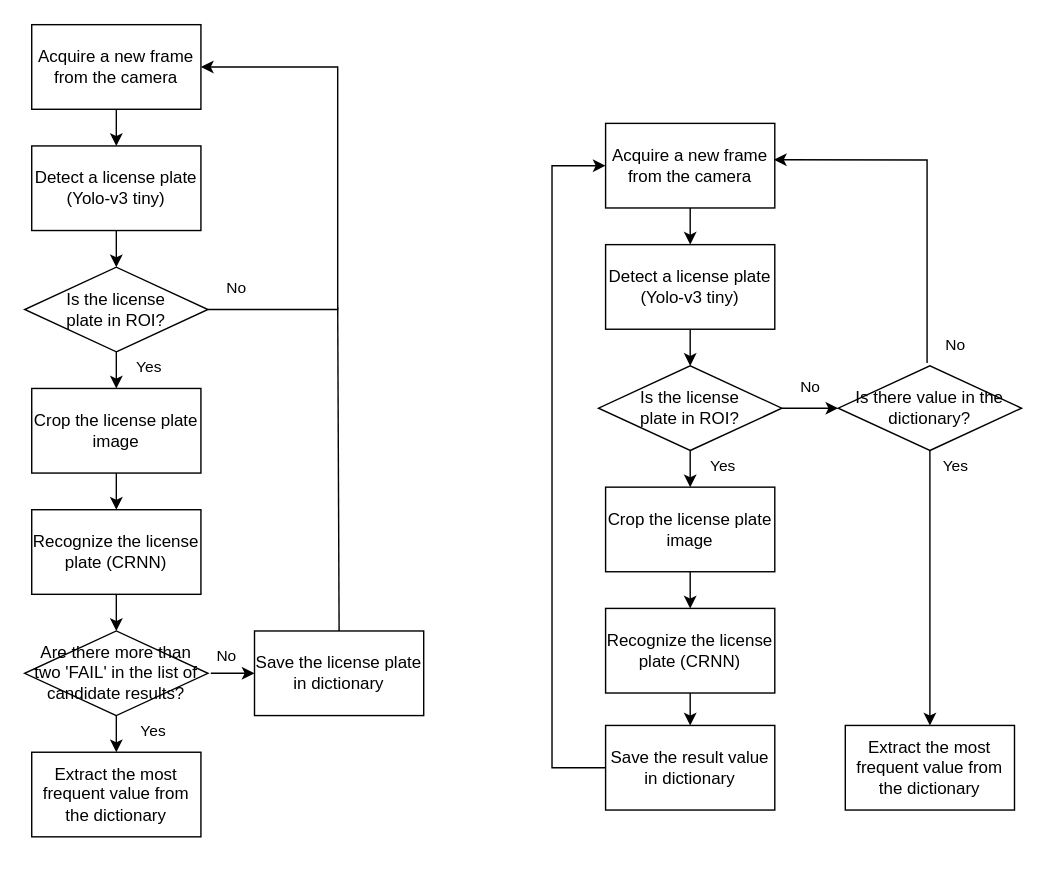
This is Untitled Diagram.drawio from angelkim88/just_test, a draw.io file, before an edit. Source tidied: cells renumbered, new cells numbered last; positions are measured from the earlier drawing's top-left corner, leaving out a move shared by most shapes. Both pictures are drawn from the tidied source at 141%, with x=0, y=0 at pixel (24, 24).
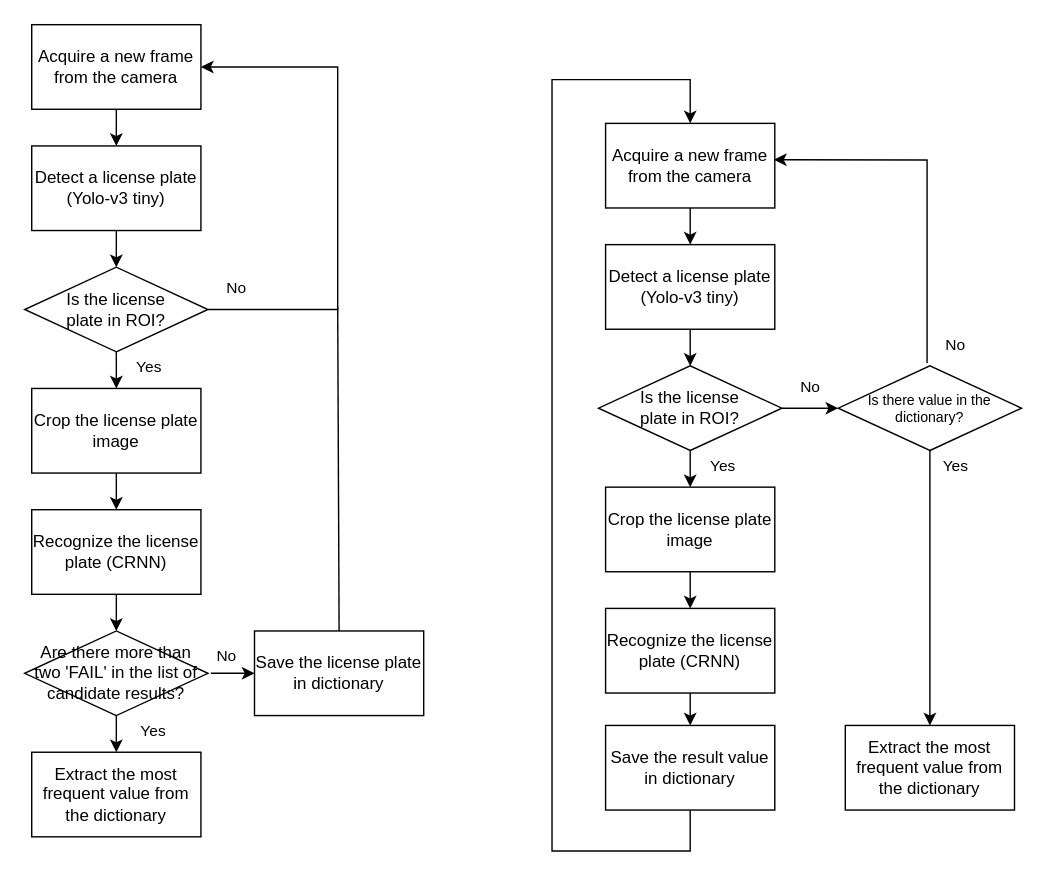
The same page after the edit.

The change refers to these unchanged cells:
```xml
<mxCell id="23" value="Acquire a new frame from the camera" style="rounded=0;whiteSpace=wrap;html=1;flipH=0;flipV=1;" parent="1" vertex="1">
  <mxGeometry x="412" y="70" width="120" height="60" as="geometry" />
</mxCell>
<mxCell id="36" value="Save the result value in dictionary" style="rounded=0;whiteSpace=wrap;html=1;flipH=1;flipV=0;" parent="1" vertex="1">
  <mxGeometry x="412" y="497" width="120" height="60" as="geometry" />
</mxCell>
```

Change to the diagram source:
```diff
@@
-    <mxCell id="37" style="endArrow=classic;html=1;rounded=0;fontSize=11;exitX=0;exitY=0.5;exitDx=0;exitDy=0;entryX=0;entryY=0.5;entryDx=0;entryDy=0;" parent="1" edge="1" source="36" target="23">
+    <mxCell id="37" style="endArrow=classic;html=1;rounded=0;fontSize=11;entryX=0.5;entryY=0;entryDx=0;entryDy=0;exitX=0.5;exitY=1;exitDx=0;exitDy=0;" parent="1" edge="1" source="36" target="23">
       <mxGeometry relative="1" as="geometry">
         <Array as="points">
-          <mxPoint x="374" y="527" />
-          <mxPoint x="374" y="100" />
+          <mxPoint x="472" y="586" />
+          <mxPoint x="374" y="586" />
+          <mxPoint x="374" y="39" />
+          <mxPoint x="472" y="39" />
         </Array>
       </mxGeometry>
     </mxCell>
-    <mxCell id="38" value="Is there value in the dictionary?" style="rhombus;whiteSpace=wrap;html=1;flipH=0;flipV=1;" parent="1" vertex="1">
+    <mxCell id="38" value="Is there value in the dictionary?" style="rhombus;whiteSpace=wrap;html=1;flipH=0;flipV=1;fontSize=10;" parent="1" vertex="1">
       <mxGeometry x="577" y="242" width="130" height="60" as="geometry" />
     </mxCell>
```
